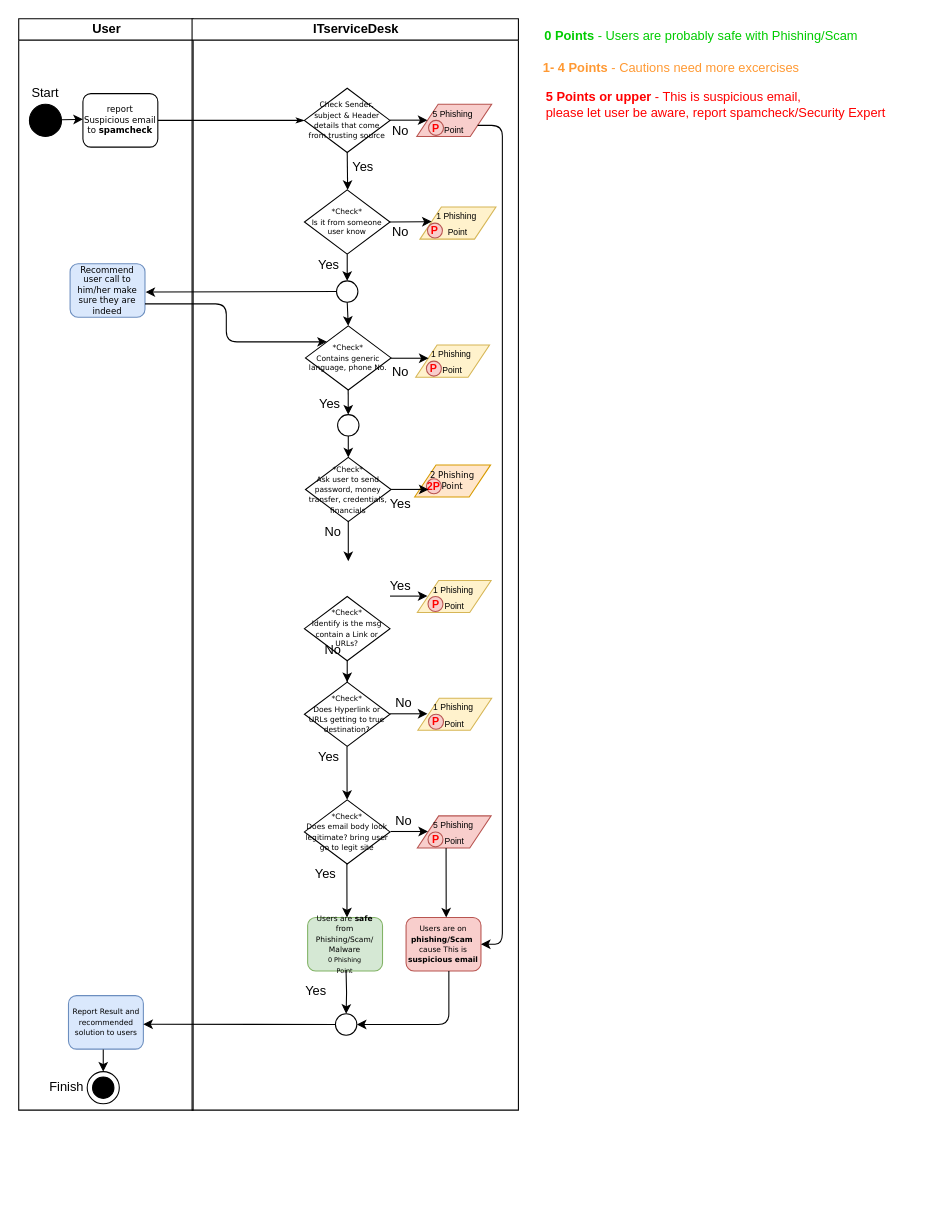
psukasame/sukasamecloud keeps this draw.io diagram as Sec-L1-ITSD.drawio. Above is the earlier version. Source tidied: cells renumbered, new cells numbered last; positions are measured from the earlier drawing's top-left corner, leaving out a move shared by most shapes. Both pictures are drawn from the tidied source at 107%, with x=0, y=0 at pixel (18, 18).
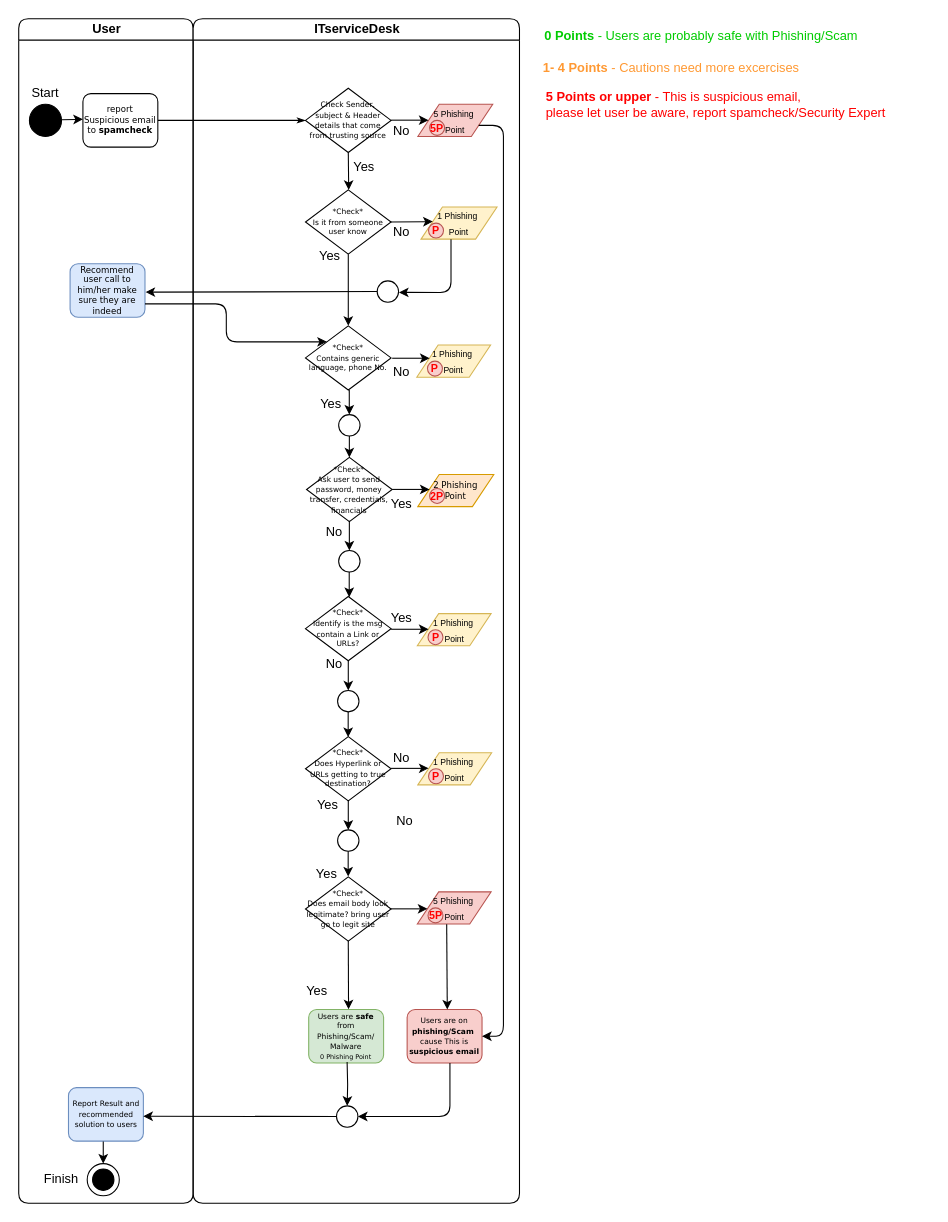
The same page after the edit.

Unchanged cells that the change refers to:
```xml
<mxCell id="8" value="Recommend user call to him/her make sure they are indeed" style="rounded=1;whiteSpace=wrap;html=1;shadow=0;labelBackgroundColor=none;strokeWidth=1;fontFamily=Verdana;fontSize=8;align=center;fillColor=#dae8fc;strokeColor=#6c8ebf;" parent="3" vertex="1">
  <mxGeometry x="48" y="229" width="70" height="50" as="geometry" />
</mxCell>
<mxCell id="15" value="&lt;font style=&quot;font-size: 7px&quot;&gt;*Check*&lt;br&gt;Is it from someone user know&lt;/font&gt;" style="rhombus;whiteSpace=wrap;html=1;rounded=0;shadow=0;labelBackgroundColor=none;strokeWidth=1;fontFamily=Verdana;fontSize=8;align=center;" parent="14" vertex="1">
  <mxGeometry x="105" y="160" width="80" height="60" as="geometry" />
</mxCell>
<mxCell id="23" value="&lt;span style=&quot;font-size: 7px&quot;&gt;*Check*&lt;br&gt;&lt;/span&gt;&lt;span style=&quot;font-size: 7px&quot;&gt;Identify is the msg contain a Link or URLs?&lt;/span&gt;" style="rhombus;whiteSpace=wrap;html=1;rounded=0;shadow=0;labelBackgroundColor=none;strokeWidth=1;fontFamily=Verdana;fontSize=8;align=center;" parent="14" vertex="1">
  <mxGeometry x="105" y="540" width="80" height="60" as="geometry" />
</mxCell>
```

Diff of the diagram source:
```diff
@@
-    <mxCell id="3" value="User" style="swimlane;html=1;startSize=20;" parent="1" vertex="1">
-      <mxGeometry width="163" height="1020" as="geometry" />
+    <mxCell id="3" value="User" style="swimlane;html=1;startSize=20;rounded=1;" parent="1" vertex="1">
+      <mxGeometry width="163" height="1107" as="geometry" />
     </mxCell>
@@
     <mxCell id="9" value="&lt;span style=&quot;font-size: 7px&quot;&gt;Report Result and recommended solution to users&lt;/span&gt;" style="rounded=1;whiteSpace=wrap;html=1;shadow=0;labelBackgroundColor=none;strokeWidth=1;fontFamily=Verdana;fontSize=8;align=center;fillColor=#dae8fc;strokeColor=#6c8ebf;" parent="3" vertex="1">
-      <mxGeometry x="46.5" y="913" width="70" height="50" as="geometry" />
+      <mxGeometry x="46.5" y="999" width="70" height="50" as="geometry" />
     </mxCell>
     <mxCell id="10" style="ellipse;whiteSpace=wrap;html=1;fillColor=#FFFFFF;" parent="3" vertex="1">
-      <mxGeometry x="64" y="984" width="30" height="30" as="geometry" />
+      <mxGeometry x="64" y="1070" width="30" height="30" as="geometry" />
     </mxCell>
     <mxCell id="11" style="ellipse;whiteSpace=wrap;html=1;fillColor=#000000;" parent="3" vertex="1">
-      <mxGeometry x="69" y="989" width="20" height="20" as="geometry" />
+      <mxGeometry x="69" y="1075" width="20" height="20" as="geometry" />
     </mxCell>
     <mxCell id="12" style="endArrow=classic;html=1;entryX=0.5;entryY=0;entryDx=0;entryDy=0;" parent="3" edge="1" target="10">
       <mxGeometry relative="1" as="geometry">
-        <mxPoint x="79" y="963.4" as="sourcePoint" />
+        <mxPoint x="79" y="1049.4" as="sourcePoint" />
       </mxGeometry>
     </mxCell>
     <mxCell id="13" value="Finish" style="text;html=1;strokeColor=none;fillColor=none;align=center;verticalAlign=middle;whiteSpace=wrap;rounded=0;" parent="3" vertex="1">
-      <mxGeometry x="25" y="989" width="40" height="20" as="geometry" />
+      <mxGeometry x="20" y="1075" width="40" height="20" as="geometry" />
     </mxCell>
-    <mxCell id="14" value="ITserviceDesk" style="swimlane;html=1;startSize=20;" parent="1" vertex="1">
-      <mxGeometry x="162" width="305" height="1020" as="geometry" />
+    <mxCell id="14" value="ITserviceDesk" style="swimlane;html=1;startSize=20;rounded=1;" parent="1" vertex="1">
+      <mxGeometry x="163" width="305" height="1107" as="geometry" />
     </mxCell>
@@
     <mxCell id="17" value="Yes" style="text;html=1;strokeColor=none;fillColor=none;align=center;verticalAlign=middle;whiteSpace=wrap;rounded=0;" parent="14" vertex="1">
-      <mxGeometry x="108" y="220" width="40" height="20" as="geometry" />
+      <mxGeometry x="108" y="212" width="40" height="20" as="geometry" />
     </mxCell>
-    <mxCell id="18" style="edgeStyle=orthogonalEdgeStyle;rounded=0;jettySize=auto;html=1;entryX=0.5;entryY=0;entryDx=0;entryDy=0;" parent="14" edge="1" source="15" target="24">
-      <mxGeometry relative="1" as="geometry" />
-    </mxCell>
     <mxCell id="19" value="&lt;span style=&quot;font-size: 7px&quot;&gt;*Check*&lt;br&gt;Contains generic language, phone No.&lt;br&gt;&lt;/span&gt;" style="rhombus;whiteSpace=wrap;html=1;rounded=0;shadow=0;labelBackgroundColor=none;strokeWidth=1;fontFamily=Verdana;fontSize=8;align=center;" parent="14" vertex="1">
-      <mxGeometry x="106" y="287" width="80" height="60" as="geometry" />
+      <mxGeometry x="105" y="287" width="80" height="60" as="geometry" />
     </mxCell>
@@
     <mxCell id="24" style="ellipse;whiteSpace=wrap;html=1;fillColor=#FFFFFF;" parent="14" vertex="1">
-      <mxGeometry x="135" y="245" width="20" height="20" as="geometry" />
+      <mxGeometry x="172" y="245" width="20" height="20" as="geometry" />
     </mxCell>
-    <mxCell id="25" style="endArrow=classic;html=1;exitX=0.5;exitY=1;exitDx=0;exitDy=0;entryX=0.5;entryY=0;entryDx=0;entryDy=0;" parent="14" edge="1" source="24" target="19">
-      <mxGeometry relative="1" as="geometry" />
+    <mxCell id="25" style="endArrow=classic;html=1;entryX=0.5;entryY=0;entryDx=0;entryDy=0;jumpStyle=arc;" parent="14" edge="1" target="19">
+      <mxGeometry relative="1" as="geometry">
+        <mxPoint x="145" y="220" as="sourcePoint" />
+      </mxGeometry>
     </mxCell>
     <mxCell id="26" value="No" style="text;html=1;strokeColor=none;fillColor=none;align=center;verticalAlign=middle;whiteSpace=wrap;rounded=0;" parent="14" vertex="1">
-      <mxGeometry x="178" y="630" width="40" height="20" as="geometry" />
+      <mxGeometry x="175" y="681" width="40" height="20" as="geometry" />
     </mxCell>
     <mxCell id="27" value="Yes" style="text;html=1;strokeColor=none;fillColor=none;align=center;verticalAlign=middle;whiteSpace=wrap;rounded=0;" parent="14" vertex="1">
-      <mxGeometry x="175" y="520" width="40" height="20" as="geometry" />
+      <mxGeometry x="175" y="550" width="40" height="20" as="geometry" />
     </mxCell>
     <mxCell id="28" value="&lt;span style=&quot;font-size: 7px&quot;&gt;*Check*&lt;br&gt;&lt;/span&gt;&lt;span style=&quot;font-size: 7px&quot;&gt;Does Hyperlink or URLs getting to true destination?&lt;/span&gt;" style="rhombus;whiteSpace=wrap;html=1;rounded=0;shadow=0;labelBackgroundColor=none;strokeWidth=1;fontFamily=Verdana;fontSize=8;align=center;" parent="14" vertex="1">
-      <mxGeometry x="105" y="620" width="80" height="60" as="geometry" />
+      <mxGeometry x="105" y="671" width="80" height="60" as="geometry" />
     </mxCell>
-    <mxCell id="29" style="edgeStyle=orthogonalEdgeStyle;rounded=0;jettySize=auto;html=1;" parent="14" edge="1" source="23" target="28">
-      <mxGeometry relative="1" as="geometry" />
-    </mxCell>
     <mxCell id="30" value="&lt;span style=&quot;font-size: 7px&quot;&gt;*Check*&lt;br&gt;Does email body look legitimate? bring user go to legit site&lt;/span&gt;" style="rhombus;whiteSpace=wrap;html=1;rounded=0;shadow=0;labelBackgroundColor=none;strokeWidth=1;fontFamily=Verdana;fontSize=8;align=center;" parent="14" vertex="1">
-      <mxGeometry x="105" y="730" width="80" height="60" as="geometry" />
+      <mxGeometry x="105" y="802" width="80" height="60" as="geometry" />
     </mxCell>
     <mxCell id="31" value="Yes" style="text;html=1;strokeColor=none;fillColor=none;align=center;verticalAlign=middle;whiteSpace=wrap;rounded=0;" parent="14" vertex="1">
-      <mxGeometry x="108" y="680" width="40" height="20" as="geometry" />
+      <mxGeometry x="106" y="725" width="40" height="20" as="geometry" />
     </mxCell>
@@
-    <mxCell id="34" style="edgeStyle=orthogonalEdgeStyle;rounded=0;orthogonalLoop=1;jettySize=auto;html=1;" parent="14" edge="1">
+    <mxCell id="34" style="edgeStyle=orthogonalEdgeStyle;rounded=0;jettySize=auto;html=1;entryX=0.5;entryY=0;entryDx=0;entryDy=0;" parent="14" edge="1" target="82">
       <mxGeometry relative="1" as="geometry">
         <mxPoint x="146" y="469.2" as="sourcePoint" />
-        <mxPoint x="146" y="507" as="targetPoint" />
-        <Array as="points">
-          <mxPoint x="146" y="477" />
-          <mxPoint x="146" y="477" />
-        </Array>
       </mxGeometry>
     </mxCell>
@@
     <mxCell id="40" style="ellipse;whiteSpace=wrap;html=1;fillColor=#FFFFFF;" parent="14" vertex="1">
-      <mxGeometry x="134" y="930" width="20" height="20" as="geometry" />
+      <mxGeometry x="134" y="1016" width="20" height="20" as="geometry" />
     </mxCell>
@@
-    <mxCell id="46" value="&lt;font style=&quot;font-size: 10px&quot; color=&quot;#ff0000&quot;&gt;&lt;b&gt;P&lt;/b&gt;&lt;/font&gt;" style="ellipse;whiteSpace=wrap;html=1;fillColor=#f8cecc;strokeColor=#b85450;" parent="14" vertex="1">
+    <mxCell id="46" value="&lt;font style=&quot;font-size: 10px&quot; color=&quot;#ff0000&quot;&gt;&lt;b&gt;5P&lt;/b&gt;&lt;/font&gt;" style="ellipse;whiteSpace=wrap;html=1;fillColor=#f8cecc;strokeColor=#b85450;" parent="14" vertex="1">
       <mxGeometry x="221" y="95" width="14" height="14" as="geometry" />
     </mxCell>
@@
     <mxCell id="48" value="2 Phishing&lt;br&gt;Point" style="shape=parallelogram;perimeter=parallelogramPerimeter;whiteSpace=wrap;html=1;fixedSize=1;rounded=0;shadow=0;fontFamily=Verdana;fontSize=8;strokeWidth=1;fillColor=#ffe6cc;strokeColor=#d79b00;" parent="14" vertex="1">
-      <mxGeometry x="208" y="417" width="71" height="30" as="geometry" />
+      <mxGeometry x="210" y="426" width="71" height="30" as="geometry" />
     </mxCell>
     <mxCell id="49" value="&lt;font style=&quot;font-size: 10px&quot; color=&quot;#ff0000&quot;&gt;&lt;b&gt;2P&lt;/b&gt;&lt;/font&gt;" style="ellipse;whiteSpace=wrap;html=1;fillColor=#f8cecc;strokeColor=#b85450;" parent="14" vertex="1">
-      <mxGeometry x="219" y="430" width="14" height="14" as="geometry" />
+      <mxGeometry x="221" y="439" width="14" height="14" as="geometry" />
     </mxCell>
@@
     <mxCell id="54" value="&lt;font style=&quot;font-size: 8px&quot;&gt;1 Phishing&amp;nbsp;&lt;br&gt;Point&lt;br&gt;&lt;/font&gt;" style="shape=parallelogram;perimeter=parallelogramPerimeter;whiteSpace=wrap;html=1;fixedSize=1;fillColor=#fff2cc;strokeColor=#d6b656;" parent="14" vertex="1">
-      <mxGeometry x="210.5" y="525" width="69" height="30" as="geometry" />
+      <mxGeometry x="209.5" y="556" width="69" height="30" as="geometry" />
     </mxCell>
     <mxCell id="55" value="&lt;font style=&quot;font-size: 10px&quot; color=&quot;#ff0000&quot;&gt;&lt;b&gt;P&lt;/b&gt;&lt;/font&gt;" style="ellipse;whiteSpace=wrap;html=1;fillColor=#f8cecc;strokeColor=#b85450;" parent="14" vertex="1">
-      <mxGeometry x="220.5" y="540" width="14" height="14" as="geometry" />
+      <mxGeometry x="219.5" y="571" width="14" height="14" as="geometry" />
     </mxCell>
     <mxCell id="56" value="&lt;font style=&quot;font-size: 8px&quot;&gt;1 Phishing&amp;nbsp;&lt;br&gt;Point&lt;br&gt;&lt;/font&gt;" style="shape=parallelogram;perimeter=parallelogramPerimeter;whiteSpace=wrap;html=1;fixedSize=1;fillColor=#fff2cc;strokeColor=#d6b656;" parent="14" vertex="1">
-      <mxGeometry x="211" y="635" width="69" height="30" as="geometry" />
+      <mxGeometry x="210" y="686" width="69" height="30" as="geometry" />
     </mxCell>
     <mxCell id="57" value="&lt;font style=&quot;font-size: 10px&quot; color=&quot;#ff0000&quot;&gt;&lt;b&gt;P&lt;/b&gt;&lt;/font&gt;" style="ellipse;whiteSpace=wrap;html=1;fillColor=#f8cecc;strokeColor=#b85450;" parent="14" vertex="1">
-      <mxGeometry x="221" y="650" width="14" height="14" as="geometry" />
+      <mxGeometry x="220" y="701" width="14" height="14" as="geometry" />
     </mxCell>
-    <mxCell id="58" style="edgeStyle=orthogonalEdgeStyle;rounded=0;orthogonalLoop=1;jettySize=auto;html=1;entryX=0.489;entryY=-0.001;entryDx=0;entryDy=0;entryPerimeter=0;" parent="14" edge="1">
-      <mxGeometry relative="1" as="geometry">
-        <mxPoint x="144.8" y="680.1" as="sourcePoint" />
-        <mxPoint x="144.9" y="730" as="targetPoint" />
-        <Array as="points">
-          <mxPoint x="144.8" y="690" />
-          <mxPoint x="144.8" y="690" />
-        </Array>
-      </mxGeometry>
-    </mxCell>
     <mxCell id="59" value="&lt;font style=&quot;font-size: 8px&quot;&gt;5 Phishing&amp;nbsp;&lt;br&gt;Point&lt;br&gt;&lt;/font&gt;" style="shape=parallelogram;perimeter=parallelogramPerimeter;whiteSpace=wrap;html=1;fixedSize=1;fillColor=#f8cecc;strokeColor=#b85450;" parent="14" vertex="1">
-      <mxGeometry x="210.5" y="745" width="69" height="30" as="geometry" />
+      <mxGeometry x="209.5" y="816" width="69" height="30" as="geometry" />
     </mxCell>
-    <mxCell id="60" value="&lt;font style=&quot;font-size: 10px&quot; color=&quot;#ff0000&quot;&gt;&lt;b&gt;P&lt;/b&gt;&lt;/font&gt;" style="ellipse;whiteSpace=wrap;html=1;fillColor=#f8cecc;strokeColor=#b85450;" parent="14" vertex="1">
-      <mxGeometry x="220.5" y="760" width="14" height="14" as="geometry" />
+    <mxCell id="60" value="&lt;font style=&quot;font-size: 10px&quot; color=&quot;#ff0000&quot;&gt;&lt;b&gt;5P&lt;/b&gt;&lt;/font&gt;" style="ellipse;whiteSpace=wrap;html=1;fillColor=#f8cecc;strokeColor=#b85450;" parent="14" vertex="1">
+      <mxGeometry x="219.5" y="831" width="14" height="14" as="geometry" />
     </mxCell>
     <mxCell id="61" style="edgeStyle=orthogonalEdgeStyle;rounded=0;orthogonalLoop=1;jettySize=auto;html=1;" parent="14" edge="1">
       <mxGeometry relative="1" as="geometry">
-        <mxPoint x="185" y="539.6" as="sourcePoint" />
-        <mxPoint x="220" y="539.5" as="targetPoint" />
+        <mxPoint x="185" y="570.6" as="sourcePoint" />
+        <mxPoint x="220" y="570.5" as="targetPoint" />
       </mxGeometry>
     </mxCell>
     <mxCell id="62" style="edgeStyle=orthogonalEdgeStyle;rounded=0;orthogonalLoop=1;jettySize=auto;html=1;" parent="14" edge="1">
       <mxGeometry relative="1" as="geometry">
-        <mxPoint x="185" y="649.6" as="sourcePoint" />
-        <mxPoint x="220" y="649.5" as="targetPoint" />
+        <mxPoint x="185" y="700.6" as="sourcePoint" />
+        <mxPoint x="220" y="700.5" as="targetPoint" />
       </mxGeometry>
     </mxCell>
-    <mxCell id="63" style="edgeStyle=orthogonalEdgeStyle;rounded=0;orthogonalLoop=1;jettySize=auto;html=1;entryX=0.489;entryY=-0.001;entryDx=0;entryDy=0;entryPerimeter=0;" parent="14" edge="1">
-      <mxGeometry relative="1" as="geometry">
-        <mxPoint x="144.7" y="790" as="sourcePoint" />
-        <mxPoint x="144.8" y="839.9" as="targetPoint" />
-        <Array as="points">
-          <mxPoint x="144.7" y="799.9" />
-          <mxPoint x="144.7" y="799.9" />
-        </Array>
-      </mxGeometry>
-    </mxCell>
     <mxCell id="64" style="edgeStyle=orthogonalEdgeStyle;rounded=0;orthogonalLoop=1;jettySize=auto;html=1;" parent="14" edge="1">
       <mxGeometry relative="1" as="geometry">
-        <mxPoint x="185.5" y="759.6" as="sourcePoint" />
-        <mxPoint x="220.5" y="759.6" as="targetPoint" />
+        <mxPoint x="184" y="831.9" as="sourcePoint" />
+        <mxPoint x="219" y="831.9" as="targetPoint" />
       </mxGeometry>
     </mxCell>
     <mxCell id="65" value="&lt;font style=&quot;font-size: 7px&quot;&gt;Users are on &lt;b&gt;phishing/Scam&lt;/b&gt;&amp;nbsp;&lt;br&gt;cause This is &lt;b&gt;suspicious email&lt;/b&gt;&lt;/font&gt;" style="rounded=1;whiteSpace=wrap;html=1;shadow=0;labelBackgroundColor=none;strokeWidth=1;fontFamily=Verdana;fontSize=8;align=center;fillColor=#f8cecc;strokeColor=#b85450;" parent="14" vertex="1">
-      <mxGeometry x="200" y="840" width="70" height="50" as="geometry" />
+      <mxGeometry x="200" y="926" width="70" height="50" as="geometry" />
     </mxCell>
-    <mxCell id="66" style="edgeStyle=orthogonalEdgeStyle;rounded=0;jettySize=auto;html=1;entryX=0.536;entryY=0;entryDx=0;entryDy=0;entryPerimeter=0;" parent="14" edge="1" target="65">
+    <mxCell id="66" style="edgeStyle=orthogonalEdgeStyle;rounded=0;jettySize=auto;html=1;entryX=0.536;entryY=0;entryDx=0;entryDy=0;entryPerimeter=0;exitX=0.398;exitY=1.01;exitDx=0;exitDy=0;exitPerimeter=0;" parent="14" edge="1" source="59" target="65">
       <mxGeometry relative="1" as="geometry">
-        <mxPoint x="237.4" y="775" as="sourcePoint" />
         <Array as="points">
-          <mxPoint x="237" y="785" />
+          <mxPoint x="238" y="846" />
         </Array>
       </mxGeometry>
     </mxCell>
-    <mxCell id="67" value="&lt;span style=&quot;font-size: 7px&quot;&gt;Users are&lt;b&gt; safe &lt;/b&gt;from Phishing/Scam/&lt;br&gt;Malware&lt;br&gt;&lt;/span&gt;&lt;font style=&quot;font-size: 6px&quot;&gt;0 Phishing&lt;br&gt;Point&lt;/font&gt;&lt;span style=&quot;font-size: 7px&quot;&gt;&lt;br&gt;&lt;/span&gt;" style="rounded=1;whiteSpace=wrap;html=1;shadow=0;labelBackgroundColor=none;strokeWidth=1;fontFamily=Verdana;fontSize=8;align=center;fillColor=#d5e8d4;strokeColor=#82b366;" parent="14" vertex="1">
-      <mxGeometry x="108" y="840" width="70" height="50" as="geometry" />
+    <mxCell id="67" value="&lt;span style=&quot;font-size: 7px&quot;&gt;Users are&lt;b&gt; safe &lt;/b&gt;from Phishing/Scam/&lt;br&gt;Malware&lt;br&gt;&lt;/span&gt;&lt;font style=&quot;font-size: 6px&quot;&gt;0 Phishing Point&lt;/font&gt;&lt;span style=&quot;font-size: 7px&quot;&gt;&lt;br&gt;&lt;/span&gt;" style="rounded=1;whiteSpace=wrap;html=1;shadow=0;labelBackgroundColor=none;strokeWidth=1;fontFamily=Verdana;fontSize=8;align=center;fillColor=#d5e8d4;strokeColor=#82b366;" parent="14" vertex="1">
+      <mxGeometry x="108" y="926" width="70" height="50" as="geometry" />
     </mxCell>
     <mxCell id="68" value="No" style="text;html=1;strokeColor=none;fillColor=none;align=center;verticalAlign=middle;whiteSpace=wrap;rounded=0;" parent="14" vertex="1">
-      <mxGeometry x="112" y="580" width="40" height="20" as="geometry" />
+      <mxGeometry x="112" y="593" width="40" height="20" as="geometry" />
     </mxCell>
@@
     <mxCell id="70" style="edgeStyle=segmentEdgeStyle;endArrow=classic;html=1;entryX=1;entryY=0.5;entryDx=0;entryDy=0;" parent="14" edge="1" target="40">
       <mxGeometry relative="1" as="geometry">
-        <mxPoint x="240" y="890" as="sourcePoint" />
+        <mxPoint x="240" y="976" as="sourcePoint" />
         <Array as="points">
-          <mxPoint x="240" y="940" />
+          <mxPoint x="240" y="1026" />
         </Array>
       </mxGeometry>
     </mxCell>
     <mxCell id="71" style="edgeStyle=orthogonalEdgeStyle;rounded=0;jettySize=auto;html=1;entryX=0.5;entryY=0;entryDx=0;entryDy=0;" parent="14" edge="1" target="40">
       <mxGeometry relative="1" as="geometry">
-        <mxPoint x="143.9" y="889" as="sourcePoint" />
+        <mxPoint x="143.9" y="975" as="sourcePoint" />
       </mxGeometry>
     </mxCell>
@@
+    <mxCell id="82" style="ellipse;whiteSpace=wrap;html=1;fillColor=#FFFFFF;" parent="14" vertex="1">
+      <mxGeometry x="136" y="497" width="20" height="20" as="geometry" />
+    </mxCell>
+    <mxCell id="83" style="edgeStyle=orthogonalEdgeStyle;rounded=0;jettySize=auto;html=1;entryX=0.511;entryY=0.01;entryDx=0;entryDy=0;entryPerimeter=0;" parent="14" edge="1" target="23">
+      <mxGeometry relative="1" as="geometry">
+        <mxPoint x="145.9" y="517" as="sourcePoint" />
+      </mxGeometry>
+    </mxCell>
+    <mxCell id="84" style="edgeStyle=orthogonalEdgeStyle;rounded=0;jettySize=auto;html=1;entryX=0.5;entryY=0;entryDx=0;entryDy=0;" parent="14" edge="1" target="85">
+      <mxGeometry relative="1" as="geometry">
+        <mxPoint x="145" y="600" as="sourcePoint" />
+      </mxGeometry>
+    </mxCell>
+    <mxCell id="85" style="ellipse;whiteSpace=wrap;html=1;fillColor=#FFFFFF;" parent="14" vertex="1">
+      <mxGeometry x="135" y="627.8" width="20" height="20" as="geometry" />
+    </mxCell>
+    <mxCell id="86" style="edgeStyle=orthogonalEdgeStyle;rounded=0;orthogonalLoop=1;jettySize=auto;html=1;entryX=0.511;entryY=0.01;entryDx=0;entryDy=0;entryPerimeter=0;" parent="14" edge="1">
+      <mxGeometry relative="1" as="geometry">
+        <mxPoint x="144.9" y="647.8" as="sourcePoint" />
+        <mxPoint x="144.9" y="671.4" as="targetPoint" />
+      </mxGeometry>
+    </mxCell>
+    <mxCell id="87" style="edgeStyle=orthogonalEdgeStyle;rounded=0;jettySize=auto;html=1;entryX=0.5;entryY=0;entryDx=0;entryDy=0;" parent="14" edge="1" target="88">
+      <mxGeometry relative="1" as="geometry">
+        <mxPoint x="145" y="730.3" as="sourcePoint" />
+      </mxGeometry>
+    </mxCell>
+    <mxCell id="88" style="ellipse;whiteSpace=wrap;html=1;fillColor=#FFFFFF;" parent="14" vertex="1">
+      <mxGeometry x="135" y="758.1" width="20" height="20" as="geometry" />
+    </mxCell>
+    <mxCell id="89" style="edgeStyle=orthogonalEdgeStyle;rounded=0;orthogonalLoop=1;jettySize=auto;html=1;entryX=0.511;entryY=0.01;entryDx=0;entryDy=0;entryPerimeter=0;" parent="14" edge="1">
+      <mxGeometry relative="1" as="geometry">
+        <mxPoint x="144.9" y="778.1" as="sourcePoint" />
+        <mxPoint x="144.9" y="801.7" as="targetPoint" />
+      </mxGeometry>
+    </mxCell>
+    <mxCell id="90" style="edgeStyle=orthogonalEdgeStyle;rounded=0;jettySize=auto;html=1;exitX=0.398;exitY=1.01;exitDx=0;exitDy=0;exitPerimeter=0;entryX=0.532;entryY=-0.004;entryDx=0;entryDy=0;entryPerimeter=0;" parent="14" edge="1" target="67">
+      <mxGeometry relative="1" as="geometry">
+        <mxPoint x="145" y="862" as="sourcePoint" />
+        <Array as="points">
+          <mxPoint x="145" y="862" />
+        </Array>
+      </mxGeometry>
+    </mxCell>
+    <mxCell id="91" style="edgeStyle=segmentEdgeStyle;endArrow=classic;html=1;entryX=1.018;entryY=0.539;entryDx=0;entryDy=0;entryPerimeter=0;" parent="14" edge="1" target="24">
+      <mxGeometry relative="1" as="geometry">
+        <mxPoint x="241" y="206" as="sourcePoint" />
+        <Array as="points">
+          <mxPoint x="241" y="256" />
+        </Array>
+      </mxGeometry>
+    </mxCell>
-    <mxCell id="76" style="edgeStyle=elbowEdgeStyle;elbow=horizontal;endArrow=classic;html=1;exitX=1;exitY=0.75;exitDx=0;exitDy=0;entryX=0;entryY=0;entryDx=0;entryDy=0;" parent="1" edge="1" source="8" target="19">
+    <mxCell id="76" style="edgeStyle=elbowEdgeStyle;elbow=horizontal;endArrow=classic;html=1;exitX=1;exitY=0.75;exitDx=0;exitDy=0;entryX=0;entryY=0;entryDx=0;entryDy=0;jumpStyle=none;" parent="1" edge="1" source="8" target="19">
       <mxGeometry relative="1" as="geometry">
         <Array as="points">
           <mxPoint x="194" y="290" />
         </Array>
       </mxGeometry>
     </mxCell>
```
